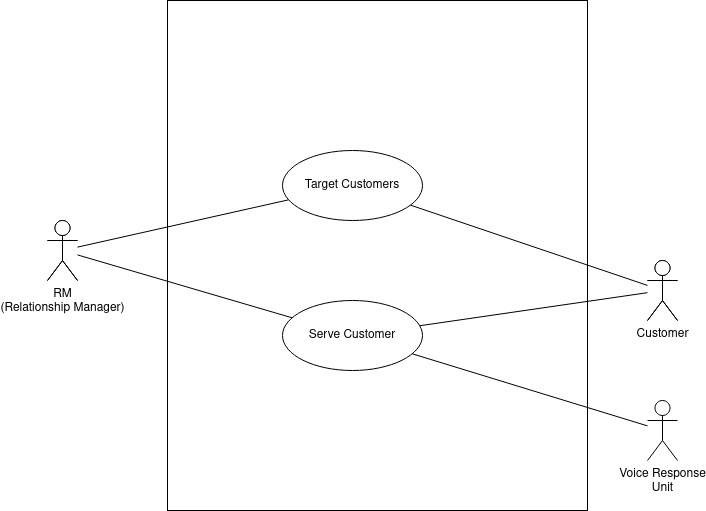
This is models/usecase_diagram.png from tonyhannaa/ISDMGroup2Israt, a draw.io export, as it was before one commit. Source tidied: cells renumbered, new cells last; positions are measured from the earlier drawing's top-left corner, leaving out a move shared by most shapes.
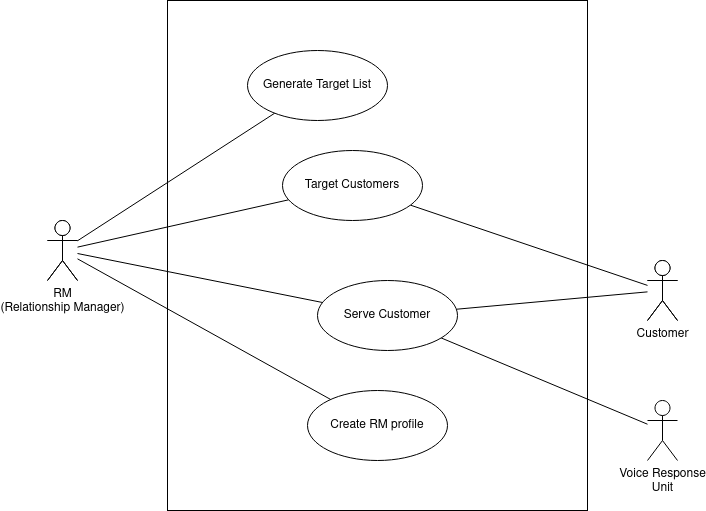
Above is the later version.

Commit message:
Added more use cases to use case diagram

Diff of the diagram source:
```diff
@@ -43,6 +43,12 @@
     <mxCell id="14" style="edgeStyle=none;rounded=0;jettySize=auto;html=1;endArrow=none;endFill=0;" parent="1" edge="1" source="15" target="20">
       <mxGeometry relative="1" as="geometry" />
     </mxCell>
+    <mxCell id="23" style="edgeStyle=none;rounded=0;jettySize=auto;html=1;endArrow=none;endFill=0;" parent="1" edge="1" source="15" target="25">
+      <mxGeometry relative="1" as="geometry" />
+    </mxCell>
+    <mxCell id="24" style="edgeStyle=none;rounded=0;jettySize=auto;html=1;endArrow=none;endFill=0;" parent="1" edge="1" source="15" target="26">
+      <mxGeometry relative="1" as="geometry" />
+    </mxCell>
     <mxCell id="15" value="&lt;div&gt;RM &lt;br&gt;&lt;/div&gt;&lt;div&gt;(Relationship Manager)&lt;br&gt;&lt;/div&gt;" style="shape=umlActor;verticalLabelPosition=bottom;labelBackgroundColor=#ffffff;verticalAlign=top;html=1;outlineConnect=0;" parent="1" vertex="1">
       <mxGeometry y="220" width="30" height="60" as="geometry" />
     </mxCell>
@@ -59,7 +65,7 @@
       <mxGeometry x="235" y="150" width="140" height="70" as="geometry" />
     </mxCell>
     <mxCell id="20" value="Serve Customer" style="ellipse;whiteSpace=wrap;html=1;" parent="1" vertex="1">
-      <mxGeometry x="235" y="300" width="140" height="70" as="geometry" />
+      <mxGeometry x="270" y="280" width="140" height="70" as="geometry" />
     </mxCell>
     <mxCell id="21" style="rounded=0;jettySize=auto;html=1;endArrow=none;endFill=0;" parent="1" edge="1" source="22" target="20">
       <mxGeometry relative="1" as="geometry" />
@@ -67,5 +73,11 @@
     <mxCell id="22" value="Voice Response&lt;br&gt;Unit" style="shape=umlActor;verticalLabelPosition=bottom;labelBackgroundColor=#ffffff;verticalAlign=top;html=1;" parent="1" vertex="1">
       <mxGeometry x="600" y="400" width="30" height="60" as="geometry" />
     </mxCell>
+    <mxCell id="25" value="Generate Target List" style="ellipse;whiteSpace=wrap;html=1;" parent="1" vertex="1">
+      <mxGeometry x="200" y="50" width="140" height="70" as="geometry" />
+    </mxCell>
+    <mxCell id="26" value="Create RM profile" style="ellipse;whiteSpace=wrap;html=1;" parent="1" vertex="1">
+      <mxGeometry x="260" y="390" width="140" height="70" as="geometry" />
+    </mxCell>
   </root>
 </mxGraphModel>
```
